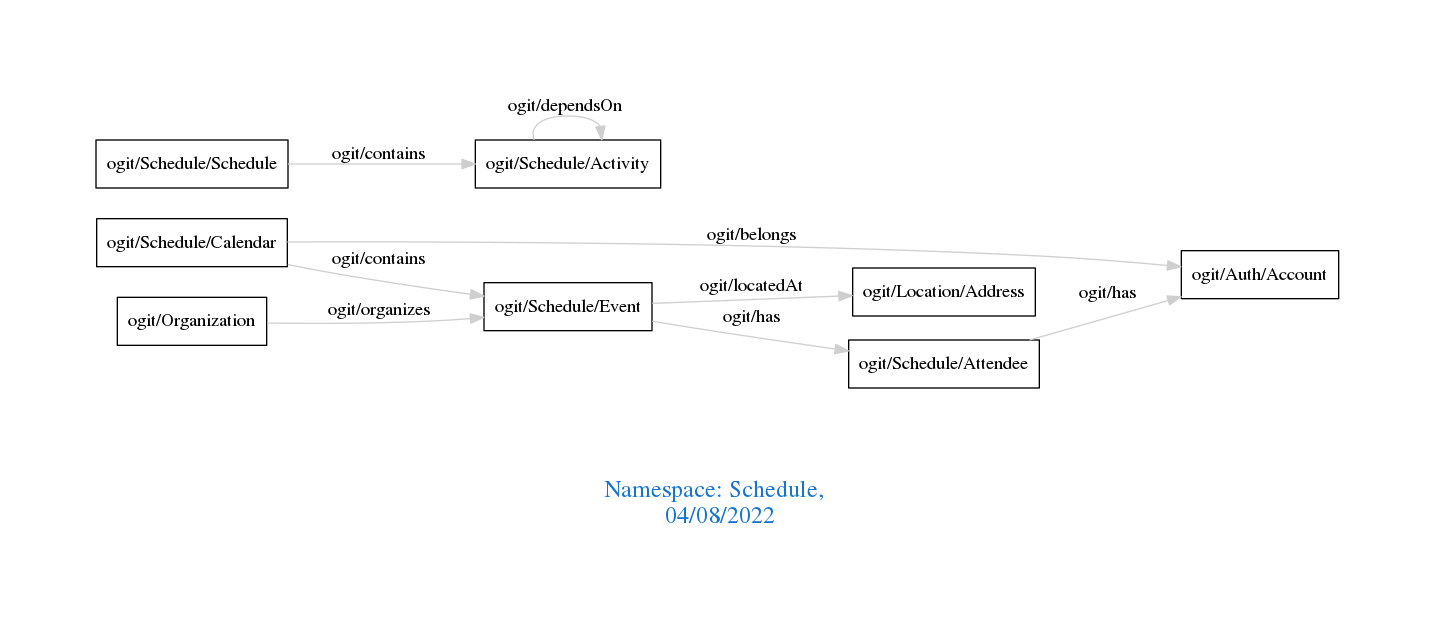
arago/OGIT keeps this Graphviz diagram as downloads/Schedule.png. Above is the earlier version. Its source is kept beside it as downloads/Schedule.dot. Its diagram source:
```dot
digraph OGIT_ontology {
 graph [ rankdir= LR,pad=1
fontsize = 18,
fontcolor= dodgerblue3,label = "\n\n\nNamespace: Schedule, \n 04/08/2022"];
node[shape=polygon];
edge [  color="gray81"];

   "ogit/Schedule/Calendar" -> "ogit/Schedule/Event" [label="   ogit/contains    "];
   "ogit/Schedule/Schedule" -> "ogit/Schedule/Activity" [label="   ogit/contains    "];
   "ogit/Schedule/Event" -> "ogit/Location/Address" [label="   ogit/locatedAt    "];
   "ogit/Organization" -> "ogit/Schedule/Event" [label="   ogit/organizes    "];
   "ogit/Schedule/Calendar" -> "ogit/Auth/Account" [label="   ogit/belongs    "];
   "ogit/Schedule/Attendee" -> "ogit/Auth/Account" [label="   ogit/has    "];
   "ogit/Schedule/Event" -> "ogit/Schedule/Attendee" [label="   ogit/has    "];
   "ogit/Schedule/Activity" -> "ogit/Schedule/Activity" [label="   ogit/dependsOn    "];
}
```
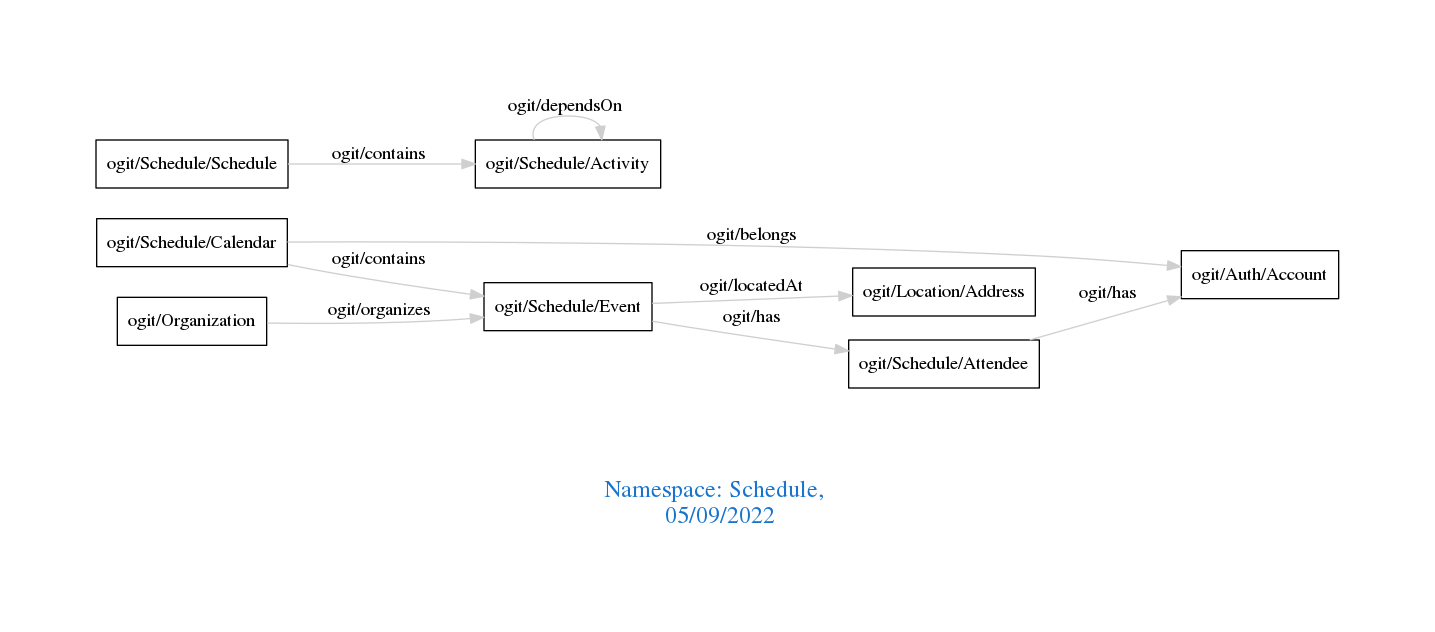
The same file after the commit.

Diff of the diagram source:
```diff
@@ -1,7 +1,7 @@
 digraph OGIT_ontology {
  graph [ rankdir= LR,pad=1
 fontsize = 18,
-fontcolor= dodgerblue3,label = "\n\n\nNamespace: Schedule, \n 04/08/2022"];
+fontcolor= dodgerblue3,label = "\n\n\nNamespace: Schedule, \n 05/09/2022"];
 node[shape=polygon];
 edge [  color="gray81"];
 
```
